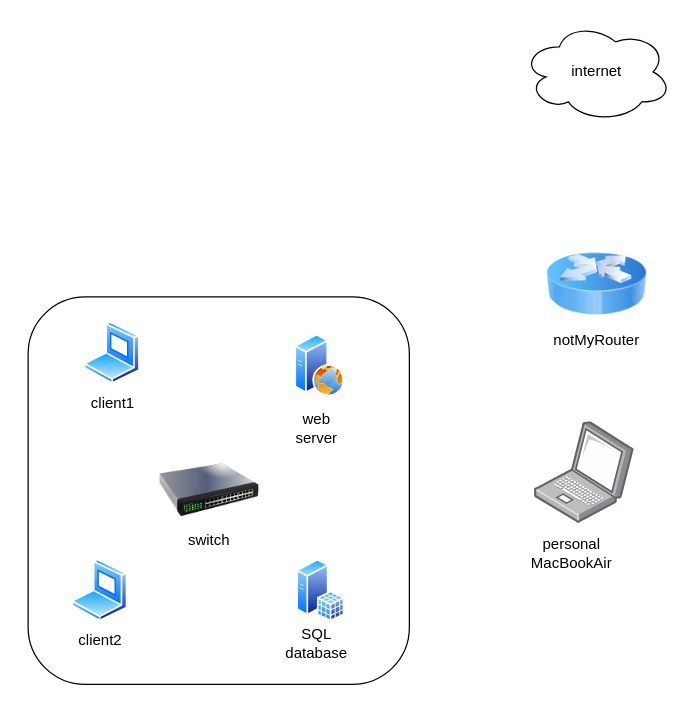
Above: 11-13-2026-homeLabDraft.drawio in abstractacres/excercise (draw.io), before the change. Source tidied: cells renumbered, new cells numbered last; positions are measured from the earlier drawing's top-left corner, leaving out a move shared by most shapes. Both pictures are drawn from the tidied source at 125%, with x=0, y=0 at pixel (28, 21).
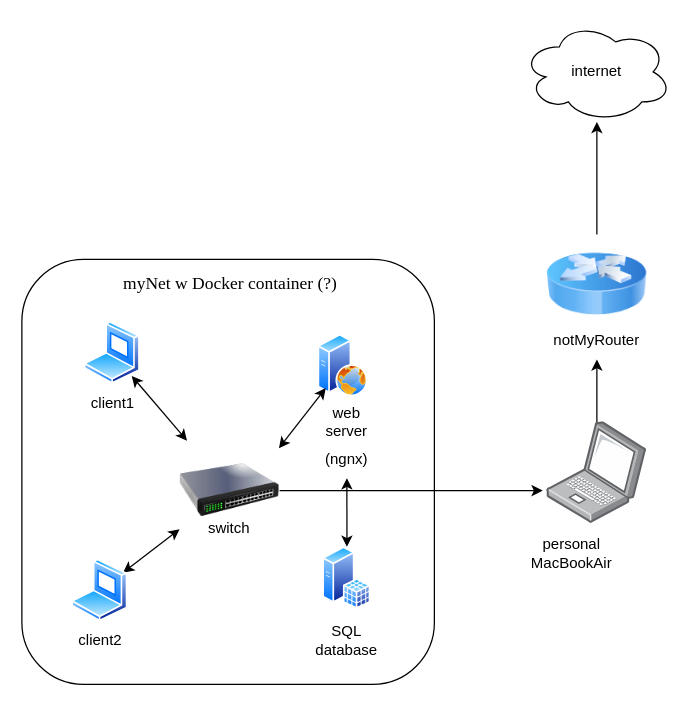
The same diagram, later.

Unchanged cells that the change refers to:
```xml
<mxCell id="3" value="internet" style="ellipse;shape=cloud;whiteSpace=wrap;html=1;perimeter=cloudPerimeter;" parent="1" vertex="1">
  <mxGeometry x="395" width="120" height="80" as="geometry" />
</mxCell>
<mxCell id="4" style="image;html=1;image=img/lib/clip_art/networking/Router_Icon_128x128.png;labelPerimeter=1;" parent="1" vertex="1">
  <mxGeometry x="415" y="170" width="80" height="80" as="geometry" />
</mxCell>
<mxCell id="8" style="image;perimeter=ellipsePerimeter;html=1;align=center;shadow=0;dashed=0;spacingTop=3;image=img/lib/active_directory/laptop_client.svg;points=[[0.467,0,0],[0.504,1,0],[0.377,0.5,0],[0.997,0.506,0],[0.997,0.225,0],[0.997,0.787,0],[0.003,0.755,0],[0.384,0.035,0]];labelPerimeter=1;" parent="1" vertex="1">
  <mxGeometry x="45" y="240" width="45" height="50" as="geometry" />
</mxCell>
<mxCell id="9" style="image;perimeter=ellipsePerimeter;html=1;align=center;shadow=0;dashed=0;spacingTop=3;image=img/lib/active_directory/laptop_client.svg;points=[[0.467,0,0],[0.504,1,0],[0.377,0.5,0],[0.997,0.506,0],[0.997,0.225,0],[0.997,0.787,0],[0.003,0.755,0],[0.384,0.035,0]];labelPerimeter=1;" parent="1" vertex="1">
  <mxGeometry x="35" y="430" width="45" height="50" as="geometry" />
</mxCell>
<mxCell id="17" value="notMyRouter" style="text;html=1;whiteSpace=wrap;strokeColor=none;fillColor=none;align=center;verticalAlign=middle;rounded=0;" parent="1" vertex="1">
  <mxGeometry x="425" y="240" width="60" height="30" as="geometry" />
</mxCell>
```

Diff of the diagram source:
```diff
@@
     <mxCell id="2" style="rounded=1;whiteSpace=wrap;html=1;" parent="1" vertex="1">
-      <mxGeometry y="220" width="305" height="310" as="geometry" />
+      <mxGeometry x="-5" y="190" width="330" height="340" as="geometry" />
     </mxCell>
@@
+    <mxCell id="18" style="edgeStyle=none;rounded=0;jettySize=auto;html=1;defaultLabelBackgroundColor=page;labelPadding=0 4;" parent="1" edge="1" source="5" target="17">
+      <mxGeometry relative="1" as="geometry" />
+    </mxCell>
     <mxCell id="5" style="image;html=1;align=center;shadow=0;dashed=0;image=img/lib/allied_telesis/computer_and_terminals/Laptop.svg;points=[[0.496,0.009,0],[0.439,1,0],[0.306,0.5,0],[0.94,0.5,0],[0.992,0.27,0],[0.873,0.752,0],[0,0.74,0]];labelPerimeter=1;" parent="1" vertex="1">
-      <mxGeometry x="405" y="320" width="80" height="81.1" as="geometry" />
+      <mxGeometry x="415" y="320" width="80" height="81.1" as="geometry" />
     </mxCell>
     <mxCell id="6" style="image;perimeter=ellipsePerimeter;html=1;align=center;shadow=0;dashed=0;spacingTop=3;image=img/lib/active_directory/web_server.svg;points=[[0.442,0,0],[0.5,0.958,0],[0,0.52,0],[1,0.744,0],[0.678,0.098,0],[0.934,0.902,0],[0,0.852,0],[0,0.188,0]];labelPerimeter=1;" parent="1" vertex="1">
-      <mxGeometry x="213.5" y="250" width="40" height="50" as="geometry" />
+      <mxGeometry x="232" y="250" width="40" height="50" as="geometry" />
     </mxCell>
     <mxCell id="7" style="image;perimeter=ellipsePerimeter;html=1;align=center;shadow=0;dashed=0;spacingTop=3;image=img/lib/active_directory/sql_server.svg;points=[[0.44,0,0],[0.5,0.927,0],[0,0.495,0],[1,0.76,0],[0.668,0.093,0],[1,0.9,0],[0,0.81,0],[0,0.18,0]];labelPerimeter=1;" parent="1" vertex="1">
-      <mxGeometry x="215" y="430" width="38.5" height="50" as="geometry" />
+      <mxGeometry x="235.8" y="420" width="38.5" height="50" as="geometry" />
     </mxCell>
+    <mxCell id="19" style="edgeStyle=none;rounded=0;jettySize=auto;html=1;defaultLabelBackgroundColor=page;labelPadding=0 4;startArrow=classic;startFill=1;flowAnimation=1;" parent="1" edge="1" source="8" target="10">
+      <mxGeometry relative="1" as="geometry" />
+    </mxCell>
@@
+    <mxCell id="20" style="edgeStyle=none;rounded=0;jettySize=auto;html=1;defaultLabelBackgroundColor=page;labelPadding=0 4;flowAnimation=1;startArrow=classic;startFill=1;" parent="1" edge="1" source="9" target="10">
+      <mxGeometry relative="1" as="geometry" />
+    </mxCell>
@@
     <mxCell id="10" style="image;html=1;image=img/lib/clip_art/networking/Switch_128x128.png;labelPerimeter=1;" parent="1" vertex="1">
-      <mxGeometry x="105" y="335" width="80" height="80" as="geometry" />
+      <mxGeometry x="121.2" y="335" width="80" height="80" as="geometry" />
     </mxCell>
     <mxCell id="11" value="switch" style="text;html=1;whiteSpace=wrap;strokeColor=none;fillColor=none;align=center;verticalAlign=middle;rounded=0;" parent="1" vertex="1">
-      <mxGeometry x="115" y="400" width="60" height="30" as="geometry" />
+      <mxGeometry x="131.2" y="390" width="60" height="30" as="geometry" />
     </mxCell>
@@
     <mxCell id="14" value="SQL database" style="text;html=1;whiteSpace=wrap;strokeColor=none;fillColor=none;align=center;verticalAlign=middle;rounded=0;" parent="1" vertex="1">
-      <mxGeometry x="201.2" y="482" width="60" height="30" as="geometry" />
+      <mxGeometry x="225" y="480" width="60" height="30" as="geometry" />
     </mxCell>
     <mxCell id="15" value="web server" style="text;html=1;whiteSpace=wrap;strokeColor=none;fillColor=none;align=center;verticalAlign=middle;rounded=0;" parent="1" vertex="1">
-      <mxGeometry x="201.2" y="310" width="60" height="30" as="geometry" />
+      <mxGeometry x="225" y="305" width="60" height="30" as="geometry" />
     </mxCell>
@@
+    <mxCell id="21" style="edgeStyle=none;rounded=0;jettySize=auto;html=1;entryX=0.993;entryY=0.076;entryDx=0;entryDy=0;entryPerimeter=0;defaultLabelBackgroundColor=page;labelPadding=0 4;flowAnimation=1;startArrow=classic;startFill=1;" parent="1" edge="1" source="6" target="10">
+      <mxGeometry relative="1" as="geometry" />
+    </mxCell>
+    <mxCell id="22" style="edgeStyle=none;rounded=0;jettySize=auto;html=1;defaultLabelBackgroundColor=page;labelPadding=0 4;startArrow=classic;startFill=1;flowAnimation=1;" parent="1" edge="1" source="7" target="26">
+      <mxGeometry relative="1" as="geometry" />
+    </mxCell>
+    <mxCell id="23" value="&lt;font face=&quot;Times New Roman&quot; style=&quot;font-size: 14px;&quot;&gt;myNet w Docker container (?)&lt;/font&gt;" style="text;html=1;whiteSpace=wrap;strokeColor=none;fillColor=none;align=center;verticalAlign=middle;rounded=0;fontColor=light-dark(#000000,#00FF00);" parent="1" vertex="1">
+      <mxGeometry x="62.5" y="195" width="197.5" height="30" as="geometry" />
+    </mxCell>
+    <mxCell id="24" style="edgeStyle=none;rounded=0;jettySize=auto;html=1;entryX=-0.042;entryY=0.678;entryDx=0;entryDy=0;entryPerimeter=0;defaultLabelBackgroundColor=page;labelPadding=0 4;" parent="1" edge="1" source="10" target="5">
+      <mxGeometry relative="1" as="geometry" />
+    </mxCell>
+    <mxCell id="25" style="edgeStyle=none;rounded=0;jettySize=auto;html=1;entryX=0.5;entryY=1;entryDx=0;entryDy=0;entryPerimeter=0;defaultLabelBackgroundColor=page;labelPadding=0 4;" parent="1" edge="1" source="4" target="3">
+      <mxGeometry relative="1" as="geometry" />
+    </mxCell>
+    <mxCell id="26" value="(ngnx)" style="text;html=1;whiteSpace=wrap;strokeColor=none;fillColor=none;align=center;verticalAlign=middle;rounded=0;" parent="1" vertex="1">
+      <mxGeometry x="225" y="335" width="60" height="30" as="geometry" />
+    </mxCell>
```
